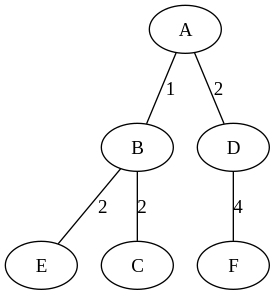
Earlier version of the Graphviz export output_graph_prim.png (A1kari8/DSA-LAB3). Its source is kept beside it as output_graph_prim.dot.
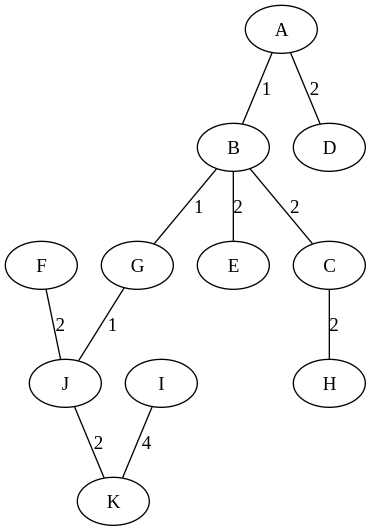
After the change.

What changed in the source:
```diff
@@ -1,7 +1,12 @@
 graph G {
+    F -- J [label="2"];
+    J -- K [label="2"];
+    G -- J [label="1"];
     B -- E [label="2"];
+    B -- G [label="1"];
     B -- C [label="2"];
-    D -- F [label="4"];
+    C -- H [label="2"];
     A -- D [label="2"];
     A -- B [label="1"];
+    I -- K [label="4"];
 }
```
